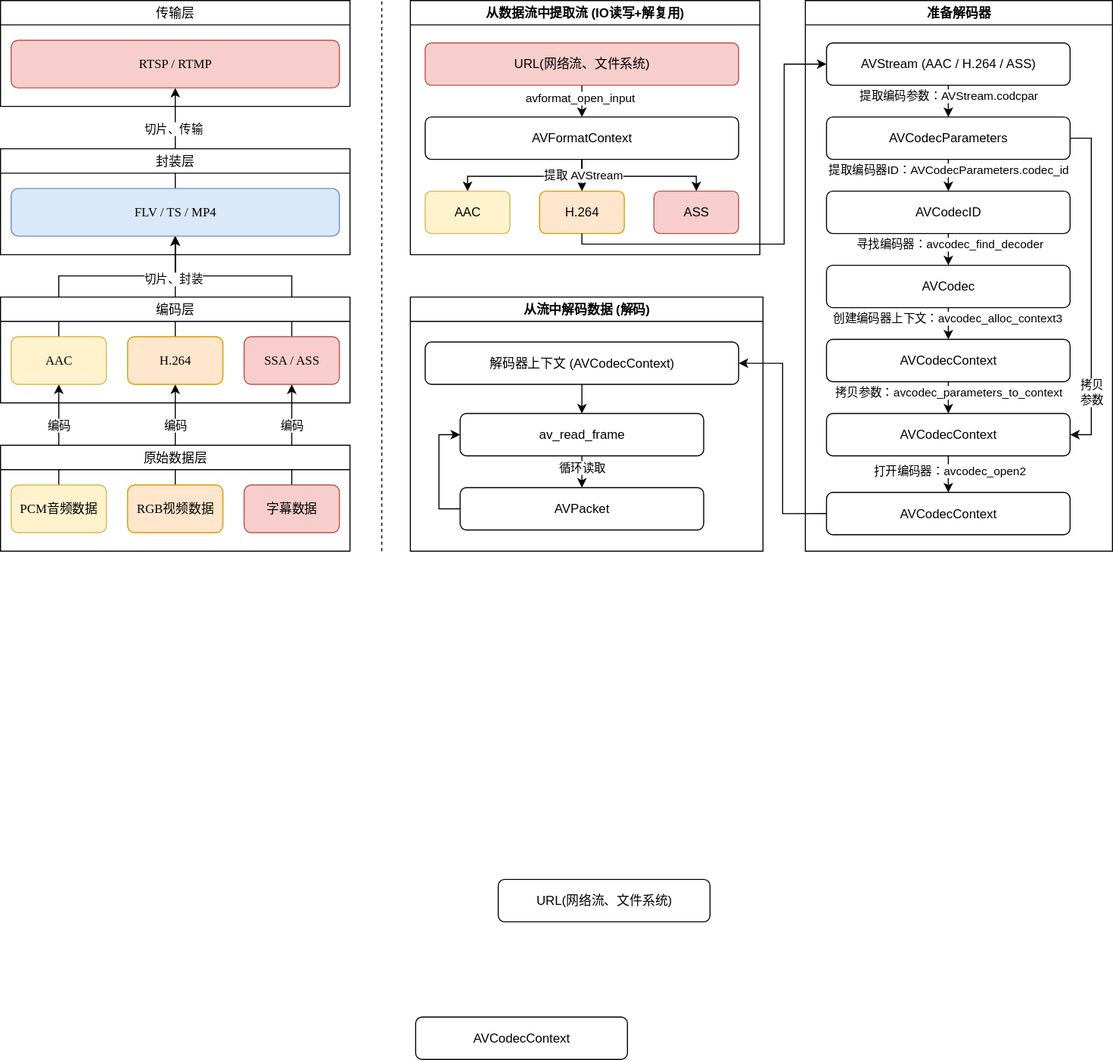
Before: 音视频开发/Resources/FFmpeg解码工作流.drawio.svg, a diagram exported from draw.io (h13-0/Notebooks). Source tidied: cells renumbered, new cells last; positions are measured from the earlier drawing's top-left corner, leaving out a move shared by most shapes.
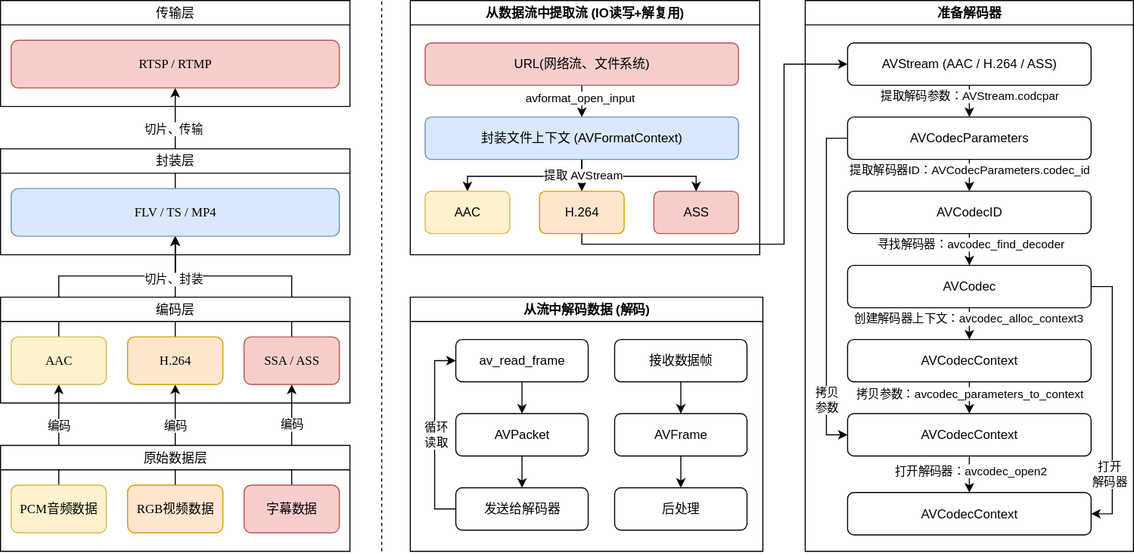
The same file after the commit.

Commit message:
vault backup: 2025-12-18 13:43:08

Diff of the diagram source:
```diff
@@ -96,12 +96,6 @@
         <mxPoint x="360" as="targetPoint" />
       </mxGeometry>
     </mxCell>
-    <mxCell id="27" value="AVCodecContext" style="rounded=1;whiteSpace=wrap;html=1;" parent="1" vertex="1">
-      <mxGeometry x="392" y="960" width="200" height="40" as="geometry" />
-    </mxCell>
-    <mxCell id="28" value="URL(网络流、文件系统)" style="rounded=1;whiteSpace=wrap;html=1;" parent="1" vertex="1">
-      <mxGeometry x="470" y="830" width="200" height="40" as="geometry" />
-    </mxCell>
     <mxCell id="29" value="从数据流中提取流 (IO读写+解复用)" style="swimlane;whiteSpace=wrap;html=1;" parent="1" vertex="1">
       <mxGeometry x="387" width="330" height="240" as="geometry" />
     </mxCell>
@@ -140,7 +134,7 @@
         <mxPoint x="-4" y="5" as="offset" />
       </mxGeometry>
     </mxCell>
-    <mxCell id="37" value="AVFormatContext" style="rounded=1;whiteSpace=wrap;html=1;" parent="29" vertex="1">
+    <mxCell id="37" value="封装文件上下文 (AVFormatContext)" style="rounded=1;whiteSpace=wrap;html=1;fillColor=#dae8fc;strokeColor=#6c8ebf;" parent="29" vertex="1">
       <mxGeometry x="14" y="110" width="296" height="40" as="geometry" />
     </mxCell>
     <mxCell id="38" value="AAC" style="rounded=1;whiteSpace=wrap;html=1;fillColor=#fff2cc;strokeColor=#d6b656;" parent="29" vertex="1">
@@ -153,69 +147,75 @@
       <mxGeometry x="230" y="180" width="80" height="40" as="geometry" />
     </mxCell>
     <mxCell id="41" value="准备解码器" style="swimlane;whiteSpace=wrap;html=1;" parent="1" vertex="1">
-      <mxGeometry x="760" width="290" height="520" as="geometry" />
+      <mxGeometry x="760" width="310" height="520" as="geometry" />
     </mxCell>
     <mxCell id="42" style="edgeStyle=orthogonalEdgeStyle;rounded=0;jettySize=auto;html=1;exitX=0.5;exitY=1;exitDx=0;exitDy=0;entryX=0.5;entryY=0;entryDx=0;entryDy=0;" parent="41" edge="1" source="44" target="53">
       <mxGeometry relative="1" as="geometry" />
     </mxCell>
-    <mxCell id="43" value="打开编码器：avcodec_open2" style="edgeLabel;html=1;align=center;verticalAlign=middle;" parent="42" vertex="1">
+    <mxCell id="43" value="打开解码器：avcodec_open2" style="edgeLabel;html=1;align=center;verticalAlign=middle;" parent="42" vertex="1">
       <mxGeometry x="-0.18" y="1" relative="1" as="geometry" />
     </mxCell>
     <mxCell id="44" value="AVCodecContext" style="rounded=1;whiteSpace=wrap;html=1;" parent="41" vertex="1">
-      <mxGeometry x="20" y="390" width="230" height="40" as="geometry" />
+      <mxGeometry x="40" y="390" width="230" height="40" as="geometry" />
     </mxCell>
     <mxCell id="45" style="edgeStyle=orthogonalEdgeStyle;rounded=0;jettySize=auto;html=1;exitX=0.5;exitY=1;exitDx=0;exitDy=0;entryX=0.5;entryY=0;entryDx=0;entryDy=0;" parent="41" edge="1" source="49" target="52">
       <mxGeometry relative="1" as="geometry" />
     </mxCell>
-    <mxCell id="46" value="提取编码器ID：AVCodecParameters.codec_id" style="edgeLabel;html=1;align=center;verticalAlign=middle;" parent="45" vertex="1">
+    <mxCell id="46" value="提取解码器ID：AVCodecParameters.codec_id" style="edgeLabel;html=1;align=center;verticalAlign=middle;" parent="45" vertex="1">
       <mxGeometry x="-0.35" y="-1" relative="1" as="geometry">
         <mxPoint x="1" as="offset" />
       </mxGeometry>
     </mxCell>
-    <mxCell id="47" style="edgeStyle=orthogonalEdgeStyle;rounded=0;jettySize=auto;html=1;exitX=1;exitY=0.5;exitDx=0;exitDy=0;entryX=1;entryY=0.5;entryDx=0;entryDy=0;" parent="41" edge="1" source="49" target="44">
+    <mxCell id="47" style="edgeStyle=orthogonalEdgeStyle;rounded=0;jettySize=auto;html=1;exitX=0;exitY=0.5;exitDx=0;exitDy=0;entryX=0;entryY=0.5;entryDx=0;entryDy=0;" parent="41" edge="1" source="49" target="44">
       <mxGeometry relative="1" as="geometry" />
     </mxCell>
     <mxCell id="48" value="拷贝&lt;div&gt;参数&lt;/div&gt;" style="edgeLabel;html=1;align=center;verticalAlign=middle;" parent="47" vertex="1">
-      <mxGeometry x="0.09" y="-5" relative="1" as="geometry">
-        <mxPoint x="5" y="85" as="offset" />
+      <mxGeometry x="0.66" y="4" relative="1" as="geometry">
+        <mxPoint x="-4" as="offset" />
       </mxGeometry>
     </mxCell>
     <mxCell id="49" value="AVCodecParameters" style="rounded=1;whiteSpace=wrap;html=1;" parent="41" vertex="1">
-      <mxGeometry x="20" y="110" width="230" height="40" as="geometry" />
+      <mxGeometry x="40" y="110" width="230" height="40" as="geometry" />
     </mxCell>
     <mxCell id="50" style="edgeStyle=orthogonalEdgeStyle;rounded=0;jettySize=auto;html=1;exitX=0.5;exitY=1;exitDx=0;exitDy=0;entryX=0.5;entryY=0;entryDx=0;entryDy=0;" parent="41" edge="1" source="52" target="59">
       <mxGeometry relative="1" as="geometry" />
     </mxCell>
-    <mxCell id="51" value="寻找编码器：avcodec_find_decoder" style="edgeLabel;html=1;align=center;verticalAlign=middle;" parent="50" vertex="1">
+    <mxCell id="51" value="寻找解码器：avcodec_find_decoder" style="edgeLabel;html=1;align=center;verticalAlign=middle;" parent="50" vertex="1">
       <mxGeometry x="-0.37" y="1" relative="1" as="geometry" />
     </mxCell>
     <mxCell id="52" value="AVCodecID" style="rounded=1;whiteSpace=wrap;html=1;" parent="41" vertex="1">
-      <mxGeometry x="20" y="180" width="230" height="40" as="geometry" />
+      <mxGeometry x="40" y="180" width="230" height="40" as="geometry" />
     </mxCell>
     <mxCell id="53" value="AVCodecContext" style="rounded=1;whiteSpace=wrap;html=1;" parent="41" vertex="1">
-      <mxGeometry x="20" y="464.5" width="230" height="40" as="geometry" />
+      <mxGeometry x="40" y="464.5" width="230" height="40" as="geometry" />
     </mxCell>
     <mxCell id="54" style="edgeStyle=orthogonalEdgeStyle;rounded=0;jettySize=auto;html=1;exitX=0.5;exitY=1;exitDx=0;exitDy=0;entryX=0.5;entryY=0;entryDx=0;entryDy=0;" parent="41" edge="1" source="56" target="49">
       <mxGeometry relative="1" as="geometry" />
     </mxCell>
-    <mxCell id="55" value="提取编码参数：AVStream.codcpar" style="edgeLabel;html=1;align=center;verticalAlign=middle;" parent="54" vertex="1">
+    <mxCell id="55" value="提取解码参数：AVStream.codcpar" style="edgeLabel;html=1;align=center;verticalAlign=middle;" parent="54" vertex="1">
       <mxGeometry x="-0.06" y="2" relative="1" as="geometry">
         <mxPoint x="-2" y="-4" as="offset" />
       </mxGeometry>
     </mxCell>
     <mxCell id="56" value="AVStream (AAC / H.264 / ASS)" style="rounded=1;whiteSpace=wrap;html=1;" parent="41" vertex="1">
-      <mxGeometry x="20" y="40" width="230" height="40" as="geometry" />
+      <mxGeometry x="40" y="40" width="230" height="40" as="geometry" />
     </mxCell>
     <mxCell id="57" style="edgeStyle=orthogonalEdgeStyle;rounded=0;jettySize=auto;html=1;exitX=0.5;exitY=1;exitDx=0;exitDy=0;entryX=0.5;entryY=0;entryDx=0;entryDy=0;" parent="41" edge="1" source="59" target="62">
       <mxGeometry relative="1" as="geometry" />
     </mxCell>
-    <mxCell id="58" value="创建编码器上下文：avcodec_alloc_context3" style="edgeLabel;html=1;align=center;verticalAlign=middle;" parent="57" vertex="1">
+    <mxCell id="58" value="创建解码器上下文：avcodec_alloc_context3" style="edgeLabel;html=1;align=center;verticalAlign=middle;" parent="57" vertex="1">
       <mxGeometry x="-0.16" y="-1" relative="1" as="geometry">
         <mxPoint y="-3" as="offset" />
       </mxGeometry>
     </mxCell>
+    <mxCell id="73" style="edgeStyle=orthogonalEdgeStyle;rounded=0;jettySize=auto;html=1;exitX=1;exitY=0.5;exitDx=0;exitDy=0;entryX=1;entryY=0.5;entryDx=0;entryDy=0;" parent="41" edge="1" source="59" target="53">
+      <mxGeometry relative="1" as="geometry" />
+    </mxCell>
+    <mxCell id="74" value="打开&lt;div&gt;解码器&lt;/div&gt;" style="edgeLabel;html=1;align=center;verticalAlign=middle;" parent="73" vertex="1">
+      <mxGeometry x="0.54" y="-3" relative="1" as="geometry" />
+    </mxCell>
     <mxCell id="59" value="AVCodec" style="rounded=1;whiteSpace=wrap;html=1;" parent="41" vertex="1">
-      <mxGeometry x="20" y="250" width="230" height="40" as="geometry" />
+      <mxGeometry x="40" y="250" width="230" height="40" as="geometry" />
     </mxCell>
     <mxCell id="60" style="edgeStyle=orthogonalEdgeStyle;rounded=0;jettySize=auto;html=1;exitX=0.5;exitY=1;exitDx=0;exitDy=0;entryX=0.5;entryY=0;entryDx=0;entryDy=0;" parent="41" edge="1" source="62" target="44">
       <mxGeometry relative="1" as="geometry" />
@@ -226,37 +226,47 @@
       </mxGeometry>
     </mxCell>
     <mxCell id="62" value="AVCodecContext" style="rounded=1;whiteSpace=wrap;html=1;" parent="41" vertex="1">
-      <mxGeometry x="20" y="320" width="230" height="40" as="geometry" />
+      <mxGeometry x="40" y="320" width="230" height="40" as="geometry" />
     </mxCell>
     <mxCell id="63" value="从流中解码数据 (解码)" style="swimlane;whiteSpace=wrap;html=1;" parent="1" vertex="1">
       <mxGeometry x="387" y="280" width="333" height="240" as="geometry" />
     </mxCell>
-    <mxCell id="64" style="edgeStyle=orthogonalEdgeStyle;rounded=0;jettySize=auto;html=1;exitX=0.5;exitY=1;exitDx=0;exitDy=0;entryX=0.5;entryY=0;entryDx=0;entryDy=0;" parent="63" edge="1" source="65" target="68">
-      <mxGeometry relative="1" as="geometry" />
-    </mxCell>
-    <mxCell id="65" value="解码器上下文 (AVCodecContext)" style="rounded=1;whiteSpace=wrap;html=1;" parent="63" vertex="1">
-      <mxGeometry x="14" y="42.5" width="296" height="40" as="geometry" />
-    </mxCell>
     <mxCell id="66" style="edgeStyle=orthogonalEdgeStyle;rounded=0;jettySize=auto;html=1;exitX=0.5;exitY=1;exitDx=0;exitDy=0;entryX=0.5;entryY=0;entryDx=0;entryDy=0;" parent="63" edge="1" source="68" target="70">
       <mxGeometry relative="1" as="geometry" />
     </mxCell>
-    <mxCell id="67" value="循环读取" style="edgeLabel;html=1;align=center;verticalAlign=middle;" parent="66" vertex="1">
-      <mxGeometry x="-0.53" y="-1" relative="1" as="geometry">
-        <mxPoint x="1" y="3" as="offset" />
-      </mxGeometry>
-    </mxCell>
     <mxCell id="68" value="av_read_frame" style="rounded=1;whiteSpace=wrap;html=1;" parent="63" vertex="1">
-      <mxGeometry x="47" y="110" width="230" height="40" as="geometry" />
+      <mxGeometry x="43" y="40" width="125" height="40" as="geometry" />
     </mxCell>
-    <mxCell id="69" style="edgeStyle=orthogonalEdgeStyle;rounded=0;jettySize=auto;html=1;exitX=0;exitY=0.5;exitDx=0;exitDy=0;entryX=0;entryY=0.5;entryDx=0;entryDy=0;" parent="63" edge="1" source="70" target="68">
-      <mxGeometry relative="1" as="geometry" />
-    </mxCell>
+    <mxCell id="75" style="edgeStyle=orthogonalEdgeStyle;rounded=0;jettySize=auto;html=1;exitX=0.5;exitY=1;exitDx=0;exitDy=0;entryX=0.5;entryY=0;entryDx=0;entryDy=0;" parent="63" edge="1" source="70" target="28">
+      <mxGeometry relative="1" as="geometry" />
+    </mxCell>
     <mxCell id="70" value="AVPacket" style="rounded=1;whiteSpace=wrap;html=1;" parent="63" vertex="1">
-      <mxGeometry x="47" y="180" width="230" height="40" as="geometry" />
+      <mxGeometry x="43" y="110" width="125" height="40" as="geometry" />
     </mxCell>
-    <mxCell id="71" style="edgeStyle=orthogonalEdgeStyle;rounded=0;jettySize=auto;html=1;exitX=0;exitY=0.5;exitDx=0;exitDy=0;entryX=1;entryY=0.5;entryDx=0;entryDy=0;" parent="1" edge="1" source="53" target="65">
-      <mxGeometry relative="1" as="geometry" />
-    </mxCell>
+    <mxCell id="76" style="edgeStyle=orthogonalEdgeStyle;rounded=0;jettySize=auto;html=1;exitX=0;exitY=0.5;exitDx=0;exitDy=0;entryX=0;entryY=0.5;entryDx=0;entryDy=0;" parent="63" edge="1" source="28" target="68">
+      <mxGeometry relative="1" as="geometry" />
+    </mxCell>
+    <mxCell id="77" value="循环&lt;div&gt;读取&lt;/div&gt;" style="edgeLabel;html=1;align=center;verticalAlign=middle;" parent="76" vertex="1">
+      <mxGeometry y="-1" relative="1" as="geometry" />
+    </mxCell>
+    <mxCell id="28" value="发送给解码器" style="rounded=1;whiteSpace=wrap;html=1;" parent="63" vertex="1">
+      <mxGeometry x="43" y="180" width="125" height="40" as="geometry" />
+    </mxCell>
+    <mxCell id="78" style="edgeStyle=orthogonalEdgeStyle;rounded=0;jettySize=auto;html=1;exitX=0.5;exitY=1;exitDx=0;exitDy=0;entryX=0.5;entryY=0;entryDx=0;entryDy=0;" parent="63" edge="1" source="27" target="80">
+      <mxGeometry relative="1" as="geometry" />
+    </mxCell>
+    <mxCell id="27" value="接收数据帧" style="rounded=1;whiteSpace=wrap;html=1;" parent="63" vertex="1">
+      <mxGeometry x="193" y="40" width="125" height="40" as="geometry" />
+    </mxCell>
+    <mxCell id="79" style="edgeStyle=orthogonalEdgeStyle;rounded=0;jettySize=auto;html=1;exitX=0.5;exitY=1;exitDx=0;exitDy=0;entryX=0.5;entryY=0;entryDx=0;entryDy=0;" parent="63" edge="1" source="80" target="81">
+      <mxGeometry relative="1" as="geometry" />
+    </mxCell>
+    <mxCell id="80" value="AVFrame" style="rounded=1;whiteSpace=wrap;html=1;" parent="63" vertex="1">
+      <mxGeometry x="193" y="110" width="125" height="40" as="geometry" />
+    </mxCell>
+    <mxCell id="81" value="后处理" style="rounded=1;whiteSpace=wrap;html=1;" parent="63" vertex="1">
+      <mxGeometry x="193" y="180" width="125" height="40" as="geometry" />
+    </mxCell>
     <mxCell id="72" style="edgeStyle=orthogonalEdgeStyle;rounded=0;jettySize=auto;html=1;exitX=0.5;exitY=1;exitDx=0;exitDy=0;entryX=0;entryY=0.5;entryDx=0;entryDy=0;" parent="1" edge="1" source="39" target="56">
       <mxGeometry relative="1" as="geometry">
         <Array as="points">
```
